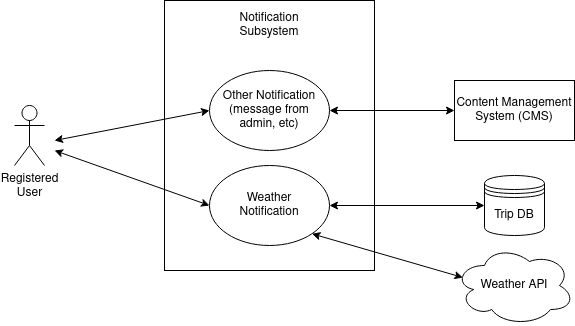
This is use_cases/Notification_subsystem.drawio.png from Qiselong/SE-RASTA, a draw.io export, as it was before one commit. Source tidied: cells renumbered, new cells last; positions are measured from the earlier drawing's top-left corner, leaving out a move shared by most shapes. Source of this version:
```xml
<mxGraphModel>
  <root>
    <mxCell id="0" />
    <mxCell id="1" parent="0" />
    <mxCell id="2" value="&lt;div&gt;&lt;br&gt;&lt;/div&gt;" style="rounded=0;whiteSpace=wrap;html=1;" parent="1" vertex="1">
      <mxGeometry x="150" width="210" height="270" as="geometry" />
    </mxCell>
    <mxCell id="3" value="&lt;div&gt;Weather &lt;br&gt;&lt;/div&gt;&lt;div&gt;Notification&lt;br&gt;&lt;/div&gt;" style="ellipse;whiteSpace=wrap;html=1;" parent="1" vertex="1">
      <mxGeometry x="195" y="165" width="120" height="80" as="geometry" />
    </mxCell>
    <mxCell id="4" value="Notification Subsystem" style="text;html=1;strokeColor=none;fillColor=none;align=center;verticalAlign=middle;whiteSpace=wrap;rounded=0;" parent="1" vertex="1">
      <mxGeometry x="225" y="10" width="60" height="30" as="geometry" />
    </mxCell>
    <mxCell id="5" value="&lt;div&gt;Registered &lt;br&gt;&lt;/div&gt;&lt;div&gt;User&lt;/div&gt;" style="shape=umlActor;verticalLabelPosition=bottom;verticalAlign=top;html=1;" parent="1" vertex="1">
      <mxGeometry y="105" width="30" height="60" as="geometry" />
    </mxCell>
    <mxCell id="6" value="Trip DB" style="shape=datastore;whiteSpace=wrap;html=1;" parent="1" vertex="1">
      <mxGeometry x="470" y="175" width="60" height="60" as="geometry" />
    </mxCell>
    <mxCell id="7" value="Weather API" style="ellipse;shape=cloud;whiteSpace=wrap;html=1;" parent="1" vertex="1">
      <mxGeometry x="440" y="245" width="120" height="80" as="geometry" />
    </mxCell>
    <mxCell id="8" style="endArrow=classic;startArrow=classic;html=1;rounded=0;entryX=0;entryY=0.5;entryDx=0;entryDy=0;" parent="1" edge="1" target="3">
      <mxGeometry relative="1" as="geometry">
        <mxPoint x="40" y="150" as="sourcePoint" />
      </mxGeometry>
    </mxCell>
    <mxCell id="9" style="endArrow=classic;startArrow=classic;html=1;rounded=0;entryX=0;entryY=0.5;entryDx=0;entryDy=0;" parent="1" edge="1" source="3" target="6">
      <mxGeometry relative="1" as="geometry" />
    </mxCell>
    <mxCell id="10" style="endArrow=classic;startArrow=classic;html=1;rounded=0;entryX=0.07;entryY=0.4;entryDx=0;entryDy=0;entryPerimeter=0;exitX=1;exitY=1;exitDx=0;exitDy=0;" parent="1" edge="1" source="3" target="7">
      <mxGeometry relative="1" as="geometry" />
    </mxCell>
    <mxCell id="11" value="&lt;div&gt;Content Management &lt;br&gt;&lt;/div&gt;&lt;div&gt;System (CMS)&lt;br&gt;&lt;/div&gt;" style="rounded=0;whiteSpace=wrap;html=1;" parent="1" vertex="1">
      <mxGeometry x="440" y="80" width="120" height="60" as="geometry" />
    </mxCell>
    <mxCell id="12" style="endArrow=classic;startArrow=classic;html=1;rounded=0;entryX=0;entryY=0.5;entryDx=0;entryDy=0;exitX=1;exitY=0.5;exitDx=0;exitDy=0;" parent="1" edge="1" source="13" target="11">
      <mxGeometry relative="1" as="geometry" />
    </mxCell>
    <mxCell id="13" value="&lt;div&gt;Other Notification&lt;/div&gt;&lt;div&gt;(message from&lt;/div&gt;&lt;div&gt;admin, etc)&lt;br&gt;&lt;/div&gt;" style="ellipse;whiteSpace=wrap;html=1;" parent="1" vertex="1">
      <mxGeometry x="195" y="70" width="120" height="80" as="geometry" />
    </mxCell>
    <mxCell id="14" style="endArrow=classic;startArrow=classic;html=1;rounded=0;entryX=0;entryY=0.5;entryDx=0;entryDy=0;" parent="1" edge="1" target="13">
      <mxGeometry relative="1" as="geometry">
        <mxPoint x="40" y="140" as="sourcePoint" />
      </mxGeometry>
    </mxCell>
  </root>
</mxGraphModel>
```
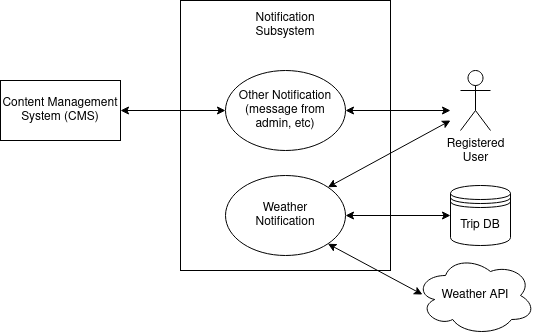
Above is the later version.

The edit, as a diff of the source:
```diff
@@ -6,44 +6,44 @@
       <mxGeometry x="150" width="210" height="270" as="geometry" />
     </mxCell>
     <mxCell id="3" value="&lt;div&gt;Weather &lt;br&gt;&lt;/div&gt;&lt;div&gt;Notification&lt;br&gt;&lt;/div&gt;" style="ellipse;whiteSpace=wrap;html=1;" parent="1" vertex="1">
-      <mxGeometry x="195" y="165" width="120" height="80" as="geometry" />
+      <mxGeometry x="195" y="175" width="120" height="80" as="geometry" />
     </mxCell>
     <mxCell id="4" value="Notification Subsystem" style="text;html=1;strokeColor=none;fillColor=none;align=center;verticalAlign=middle;whiteSpace=wrap;rounded=0;" parent="1" vertex="1">
       <mxGeometry x="225" y="10" width="60" height="30" as="geometry" />
     </mxCell>
     <mxCell id="5" value="&lt;div&gt;Registered &lt;br&gt;&lt;/div&gt;&lt;div&gt;User&lt;/div&gt;" style="shape=umlActor;verticalLabelPosition=bottom;verticalAlign=top;html=1;" parent="1" vertex="1">
-      <mxGeometry y="105" width="30" height="60" as="geometry" />
+      <mxGeometry x="430" y="70" width="30" height="60" as="geometry" />
     </mxCell>
     <mxCell id="6" value="Trip DB" style="shape=datastore;whiteSpace=wrap;html=1;" parent="1" vertex="1">
-      <mxGeometry x="470" y="175" width="60" height="60" as="geometry" />
+      <mxGeometry x="420" y="185" width="60" height="60" as="geometry" />
     </mxCell>
     <mxCell id="7" value="Weather API" style="ellipse;shape=cloud;whiteSpace=wrap;html=1;" parent="1" vertex="1">
-      <mxGeometry x="440" y="245" width="120" height="80" as="geometry" />
+      <mxGeometry x="385" y="255" width="120" height="80" as="geometry" />
     </mxCell>
-    <mxCell id="8" style="endArrow=classic;startArrow=classic;html=1;rounded=0;entryX=0;entryY=0.5;entryDx=0;entryDy=0;" parent="1" edge="1" target="3">
-      <mxGeometry relative="1" as="geometry">
-        <mxPoint x="40" y="150" as="sourcePoint" />
-      </mxGeometry>
-    </mxCell>
     <mxCell id="9" style="endArrow=classic;startArrow=classic;html=1;rounded=0;entryX=0;entryY=0.5;entryDx=0;entryDy=0;" parent="1" edge="1" source="3" target="6">
       <mxGeometry relative="1" as="geometry" />
     </mxCell>
-    <mxCell id="10" style="endArrow=classic;startArrow=classic;html=1;rounded=0;entryX=0.07;entryY=0.4;entryDx=0;entryDy=0;entryPerimeter=0;exitX=1;exitY=1;exitDx=0;exitDy=0;" parent="1" edge="1" source="3" target="7">
+    <mxCell id="10" style="endArrow=classic;startArrow=classic;html=1;rounded=0;entryX=0.058;entryY=0.488;entryDx=0;entryDy=0;entryPerimeter=0;exitX=1;exitY=1;exitDx=0;exitDy=0;" parent="1" edge="1" source="3" target="7">
       <mxGeometry relative="1" as="geometry" />
     </mxCell>
     <mxCell id="11" value="&lt;div&gt;Content Management &lt;br&gt;&lt;/div&gt;&lt;div&gt;System (CMS)&lt;br&gt;&lt;/div&gt;" style="rounded=0;whiteSpace=wrap;html=1;" parent="1" vertex="1">
-      <mxGeometry x="440" y="80" width="120" height="60" as="geometry" />
+      <mxGeometry x="-30" y="80" width="120" height="60" as="geometry" />
     </mxCell>
-    <mxCell id="12" style="endArrow=classic;startArrow=classic;html=1;rounded=0;entryX=0;entryY=0.5;entryDx=0;entryDy=0;exitX=1;exitY=0.5;exitDx=0;exitDy=0;" parent="1" edge="1" source="13" target="11">
-      <mxGeometry relative="1" as="geometry" />
+    <mxCell id="12" style="endArrow=classic;startArrow=classic;html=1;rounded=0;exitX=1;exitY=0.5;exitDx=0;exitDy=0;" parent="1" edge="1" source="13">
+      <mxGeometry relative="1" as="geometry">
+        <mxPoint x="420" y="110" as="targetPoint" />
+      </mxGeometry>
     </mxCell>
     <mxCell id="13" value="&lt;div&gt;Other Notification&lt;/div&gt;&lt;div&gt;(message from&lt;/div&gt;&lt;div&gt;admin, etc)&lt;br&gt;&lt;/div&gt;" style="ellipse;whiteSpace=wrap;html=1;" parent="1" vertex="1">
       <mxGeometry x="195" y="70" width="120" height="80" as="geometry" />
     </mxCell>
-    <mxCell id="14" style="endArrow=classic;startArrow=classic;html=1;rounded=0;entryX=0;entryY=0.5;entryDx=0;entryDy=0;" parent="1" edge="1" target="13">
-      <mxGeometry relative="1" as="geometry">
-        <mxPoint x="40" y="140" as="sourcePoint" />
-      </mxGeometry>
+    <mxCell id="14" style="endArrow=classic;startArrow=classic;html=1;rounded=0;entryX=0;entryY=0.5;entryDx=0;entryDy=0;" parent="1" edge="1" source="11" target="13">
+      <mxGeometry relative="1" as="geometry" />
     </mxCell>
+    <mxCell id="15" style="endArrow=classic;startArrow=classic;html=1;rounded=0;exitX=1;exitY=0;exitDx=0;exitDy=0;" parent="1" edge="1" source="3">
+      <mxGeometry relative="1" as="geometry">
+        <mxPoint x="420" y="120" as="targetPoint" />
+      </mxGeometry>
+    </mxCell>
   </root>
 </mxGraphModel>
```
